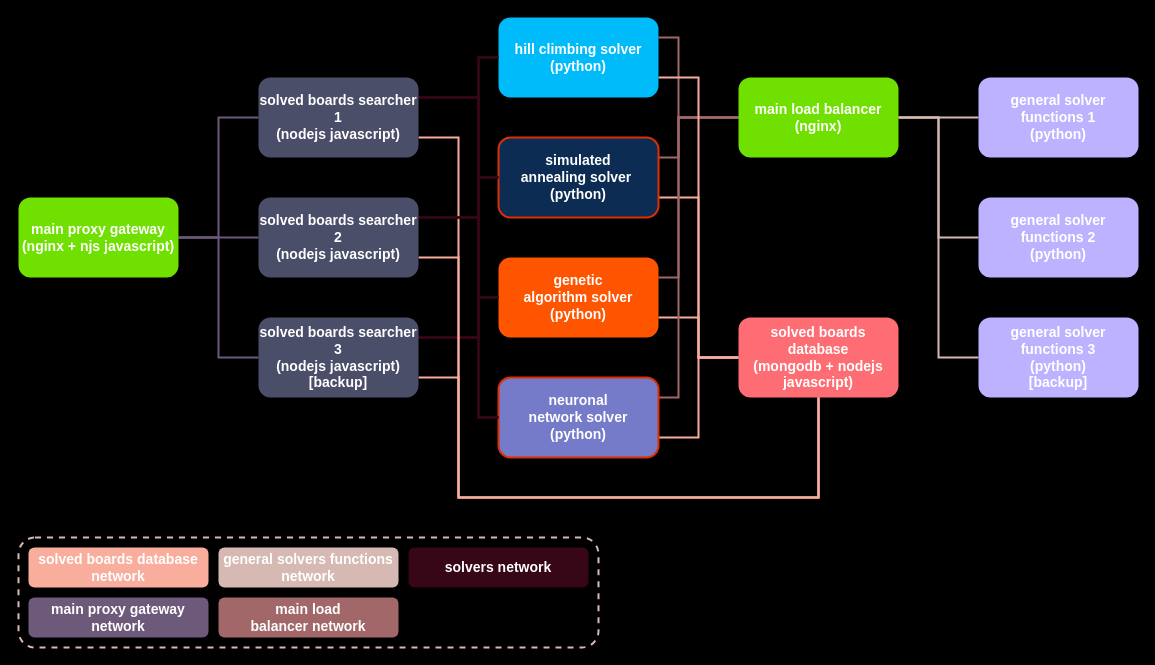
The draw.io diagram images/sudoku_solver.drawio in joseesco24/sudoku_solver, before the edit. Source tidied: cells renumbered, new cells numbered last; positions are measured from the earlier drawing's top-left corner, leaving out a move shared by most shapes. Both pictures are drawn from the tidied source at 100%, with x=0, y=0 at pixel (18, 17).
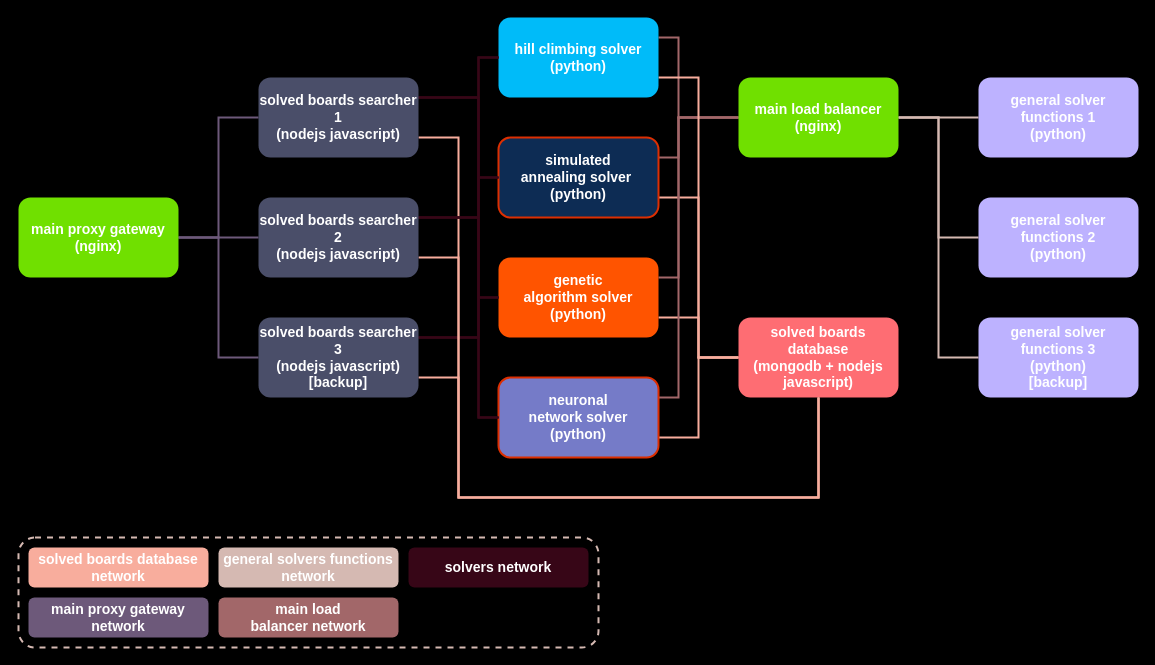
The same diagram, later.

Change to the diagram source:
```diff
@@
-    <mxCell id="6" value="&lt;b&gt;&lt;font color=&quot;#ffffff&quot; style=&quot;font-size: 14px&quot;&gt;main proxy gateway&lt;br&gt;(nginx + njs javascript)&lt;br&gt;&lt;/font&gt;&lt;/b&gt;" style="rounded=1;whiteSpace=wrap;html=1;strokeWidth=2;fillColor=#70e000;strokeColor=none;" parent="1" vertex="1">
+    <mxCell id="6" value="&lt;b&gt;&lt;font color=&quot;#ffffff&quot; style=&quot;font-size: 14px&quot;&gt;main proxy gateway&lt;br&gt;(nginx)&lt;br&gt;&lt;/font&gt;&lt;/b&gt;" style="rounded=1;whiteSpace=wrap;html=1;strokeWidth=2;fillColor=#70e000;strokeColor=none;" parent="1" vertex="1">
       <mxGeometry y="180" width="160" height="80" as="geometry" />
     </mxCell>
```
